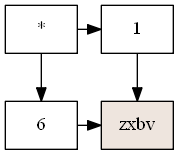
Before: Proyecto1/Matriz.png, a diagram exported from Graphviz (Eduardo01004/EDD_2S2019_PY1_201612124). Its source is kept beside it as Proyecto1/Matriz.dot.
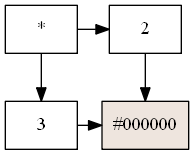
Above is the later version.

Diff of the diagram source:
```diff
@@ -1,13 +1,13 @@
 digraph G{
 node [shape = box]
 raiz[label="*"  group=1];
-13113000 [label="6" group = 1];
-13112968 [label="1" group = 3];
-raiz -> 13113000;
-raiz -> 13112968;
-{ rank  = same; raiz 13112968; }
-13113032 [style=filled,fillcolor=seashell2,label= "zxbv" group = 3 ];
-13113000->13113032;
-{ rank = same; 13113000; 13113032; }
-13112968->13113032;
+8460240 [label="3" group = 1];
+8460208 [label="2" group = 4];
+raiz -> 8460240;
+raiz -> 8460208;
+{ rank  = same; raiz 8460208; }
+8498176 [style=filled,fillcolor=seashell2,label= "#000000" group = 4 ];
+8460240->8498176;
+{ rank = same; 8460240; 8498176; }
+8460208->8498176;
 }
```
